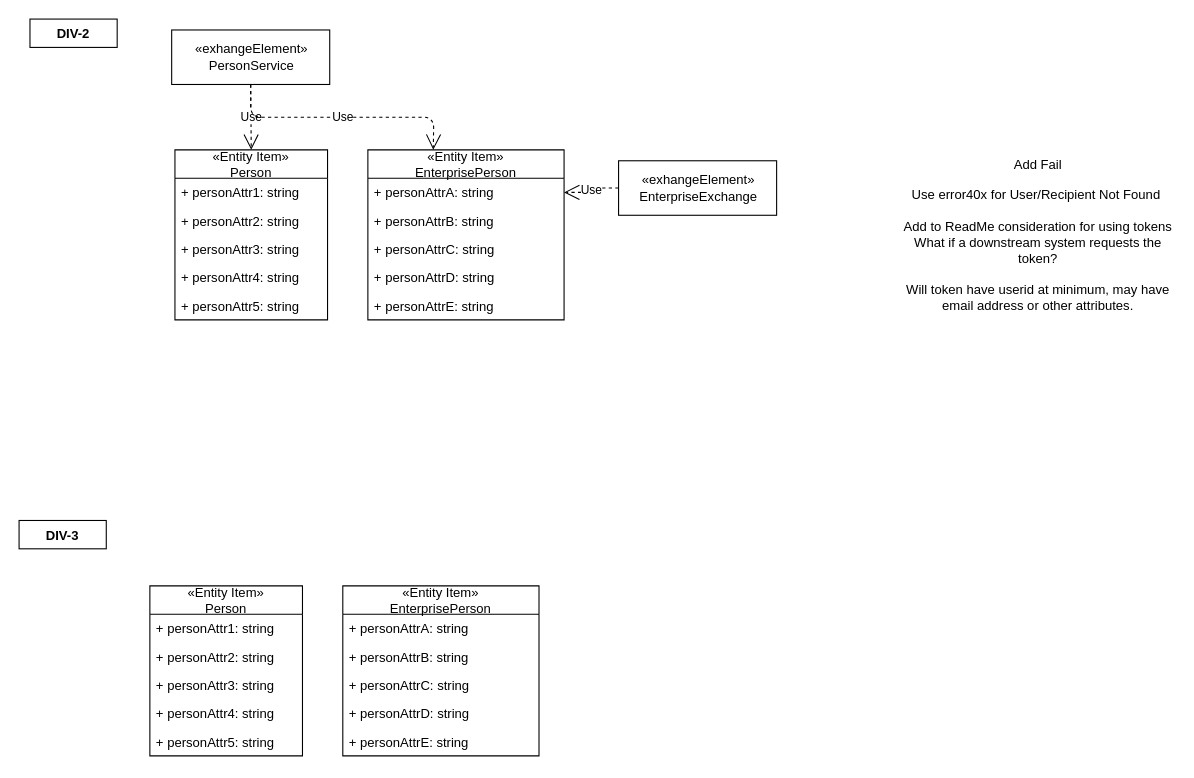
Before: page "DIV Diagrams" (4 of 4) of Drawings/Microservices/People/PeopleService.drawio in RMSLowside/rmslow, a draw.io diagram. Source tidied: cells renumbered, new cells numbered last; positions are measured from the earlier drawing's top-left corner, leaving out a move shared by most shapes. Both pictures are drawn from the tidied source at 109%, with x=0, y=0 at pixel (19, 19).
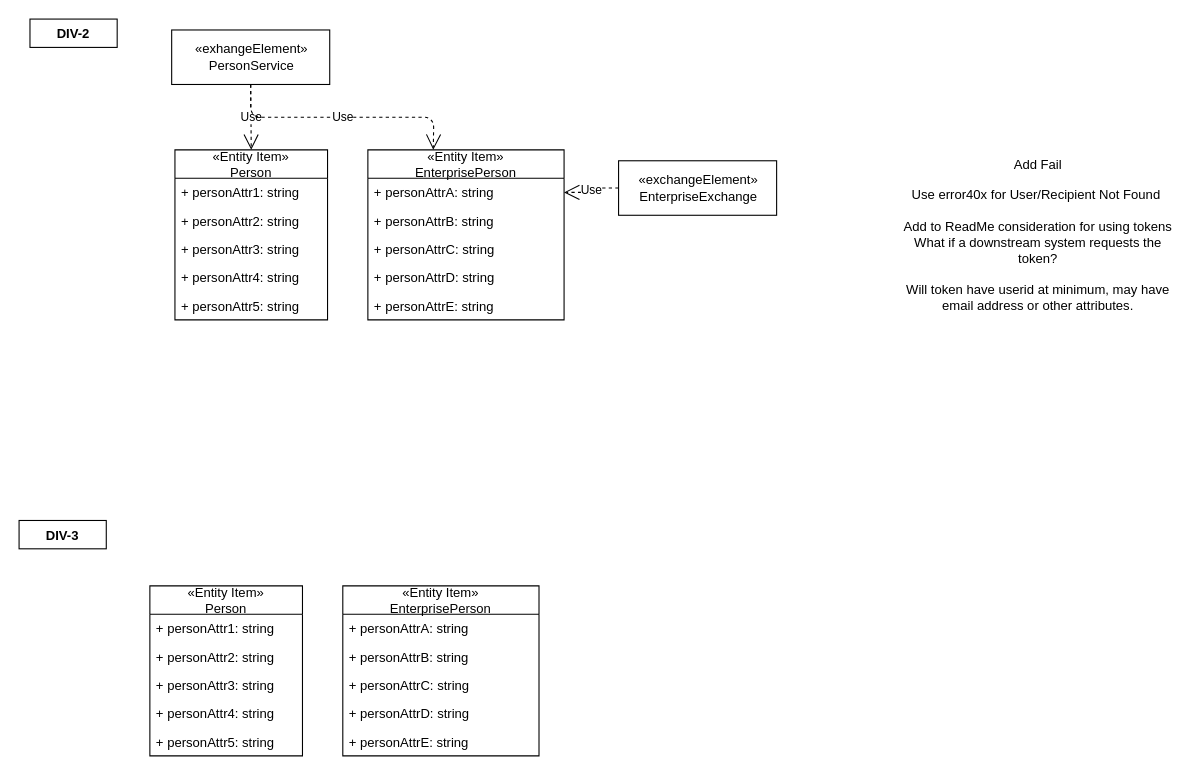
After the change.

Change to the diagram source:
```diff
@@
-    <mxCell id="13" value="«exhangeElement»&lt;br&gt;&lt;div&gt;EnterpriseExchange&lt;/div&gt;" style="html=1;" parent="1" vertex="1">
+    <mxCell id="13" value="«exchangeElement»&lt;br&gt;&lt;div&gt;EnterpriseExchange&lt;/div&gt;" style="html=1;" parent="1" vertex="1">
       <mxGeometry x="550" y="130" width="145" height="50" as="geometry" />
     </mxCell>
```
